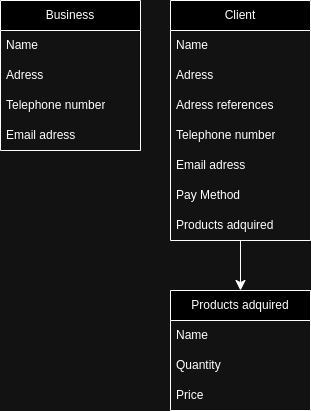
Earlier version of the draw.io export ClassDiagramDelidelivery.drawio.png (ImLuisAlvarado/delidelivery). Source tidied: cells renumbered, new cells last; positions are measured from the earlier drawing's top-left corner, leaving out a move shared by most shapes.
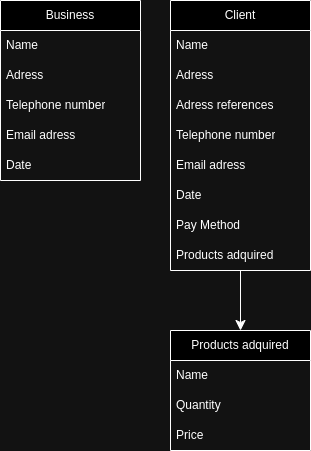
The same file after the commit.

Diff of the diagram source:
```diff
@@ -3,7 +3,7 @@
     <mxCell id="0" />
     <mxCell id="1" parent="0" />
     <mxCell id="2" value="Business" style="swimlane;fontStyle=0;horizontal=1;startSize=30;whiteSpace=wrap;html=1;" parent="1" vertex="1">
-      <mxGeometry width="140" height="150" as="geometry" />
+      <mxGeometry width="140" height="180" as="geometry" />
     </mxCell>
     <mxCell id="3" value="Name" style="text;strokeColor=none;fillColor=none;align=left;verticalAlign=middle;spacingLeft=4;spacingRight=4;overflow=hidden;whiteSpace=wrap;html=1;" parent="2" vertex="1">
       <mxGeometry y="30" width="140" height="30" as="geometry" />
@@ -17,8 +17,11 @@
     <mxCell id="6" value="Email adress" style="text;strokeColor=none;fillColor=none;align=left;verticalAlign=middle;spacingLeft=4;spacingRight=4;overflow=hidden;whiteSpace=wrap;html=1;" parent="2" vertex="1">
       <mxGeometry y="120" width="140" height="30" as="geometry" />
     </mxCell>
+    <mxCell id="22" value="Date" style="text;strokeColor=none;fillColor=none;align=left;verticalAlign=middle;spacingLeft=4;spacingRight=4;overflow=hidden;whiteSpace=wrap;html=1;" parent="2" vertex="1">
+      <mxGeometry y="150" width="140" height="30" as="geometry" />
+    </mxCell>
     <mxCell id="7" value="Client" style="swimlane;fontStyle=0;horizontal=1;startSize=30;whiteSpace=wrap;html=1;" parent="1" vertex="1">
-      <mxGeometry x="170" width="140" height="240" as="geometry" />
+      <mxGeometry x="170" width="140" height="270" as="geometry" />
     </mxCell>
     <mxCell id="8" value="Name" style="text;strokeColor=none;fillColor=none;align=left;verticalAlign=middle;spacingLeft=4;spacingRight=4;overflow=hidden;whiteSpace=wrap;html=1;" parent="7" vertex="1">
       <mxGeometry y="30" width="140" height="30" as="geometry" />
@@ -35,14 +38,17 @@
     <mxCell id="12" value="Email adress" style="text;strokeColor=none;fillColor=none;align=left;verticalAlign=middle;spacingLeft=4;spacingRight=4;overflow=hidden;whiteSpace=wrap;html=1;" parent="7" vertex="1">
       <mxGeometry y="150" width="140" height="30" as="geometry" />
     </mxCell>
+    <mxCell id="23" value="Date" style="text;strokeColor=none;fillColor=none;align=left;verticalAlign=middle;spacingLeft=4;spacingRight=4;overflow=hidden;whiteSpace=wrap;html=1;" parent="7" vertex="1">
+      <mxGeometry y="180" width="140" height="30" as="geometry" />
+    </mxCell>
     <mxCell id="13" value="Pay Method" style="text;strokeColor=none;fillColor=none;align=left;verticalAlign=middle;spacingLeft=4;spacingRight=4;overflow=hidden;whiteSpace=wrap;html=1;" parent="7" vertex="1">
-      <mxGeometry y="180" width="140" height="30" as="geometry" />
+      <mxGeometry y="210" width="140" height="30" as="geometry" />
     </mxCell>
     <mxCell id="14" value="Products adquired" style="text;strokeColor=none;fillColor=none;align=left;verticalAlign=middle;spacingLeft=4;spacingRight=4;overflow=hidden;points=[[0,0.5],[1,0.5]];portConstraint=eastwest;whiteSpace=wrap;html=1;" parent="7" vertex="1">
-      <mxGeometry y="210" width="140" height="30" as="geometry" />
+      <mxGeometry y="240" width="140" height="30" as="geometry" />
     </mxCell>
     <mxCell id="15" value="Products adquired" style="swimlane;fontStyle=0;horizontal=1;startSize=30;whiteSpace=wrap;html=1;" parent="1" vertex="1">
-      <mxGeometry x="170" y="290" width="140" height="120" as="geometry" />
+      <mxGeometry x="170" y="330" width="140" height="120" as="geometry" />
     </mxCell>
     <mxCell id="16" value="Name" style="text;strokeColor=none;fillColor=none;align=left;verticalAlign=middle;spacingLeft=4;spacingRight=4;overflow=hidden;whiteSpace=wrap;html=1;" parent="15" vertex="1">
       <mxGeometry y="30" width="140" height="30" as="geometry" />
@@ -55,12 +61,12 @@
     </mxCell>
     <mxCell id="19" style="edgeStyle=none;curved=1;rounded=0;jettySize=auto;html=1;fontSize=12;startSize=8;endSize=8;" parent="1" edge="1" target="15">
       <mxGeometry relative="1" as="geometry">
-        <mxPoint x="240" y="290" as="sourcePoint" />
+        <mxPoint x="240" y="330" as="sourcePoint" />
       </mxGeometry>
     </mxCell>
     <mxCell id="20" style="edgeStyle=none;curved=1;rounded=0;jettySize=auto;html=1;entryX=0.5;entryY=0;entryDx=0;entryDy=0;fontSize=12;startSize=8;endSize=8;" parent="1" edge="1" target="15">
       <mxGeometry relative="1" as="geometry">
-        <mxPoint x="240" y="290" as="sourcePoint" />
+        <mxPoint x="240" y="330" as="sourcePoint" />
       </mxGeometry>
     </mxCell>
     <mxCell id="21" style="edgeStyle=none;curved=1;rounded=0;jettySize=auto;html=1;fontSize=12;startSize=8;endSize=8;" parent="1" edge="1" source="14" target="15">
```
